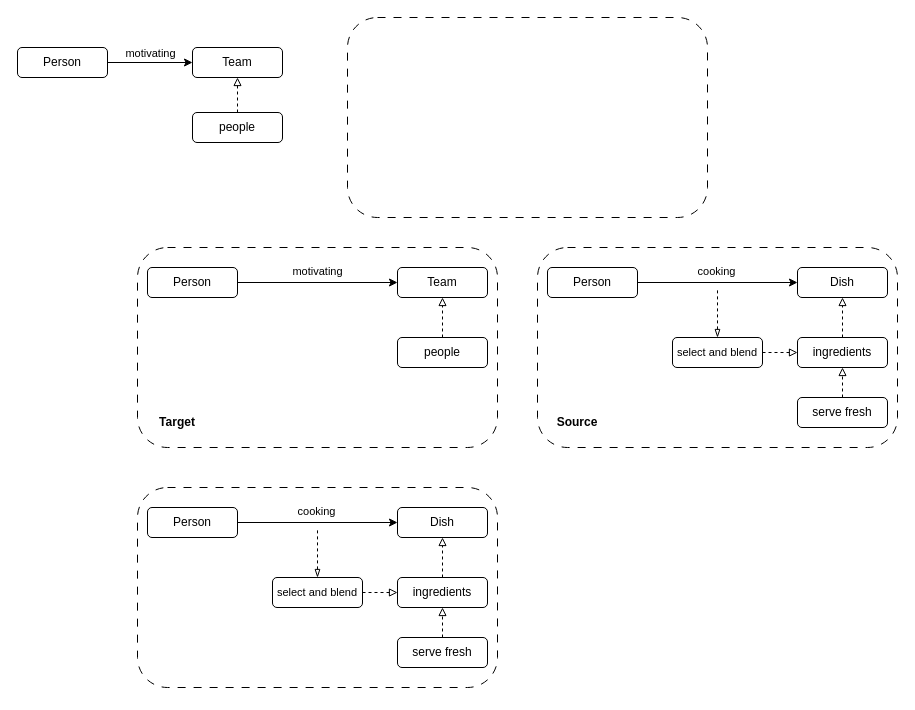
This is KBAI_H3.drawio from andymakesapps/diagrams, a draw.io file, before an edit. Source tidied: cells renumbered, new cells numbered last; positions are measured from the earlier drawing's top-left corner, leaving out a move shared by most shapes. Both pictures are drawn from the tidied source at 100%, with x=0, y=0 at pixel (17, 17).
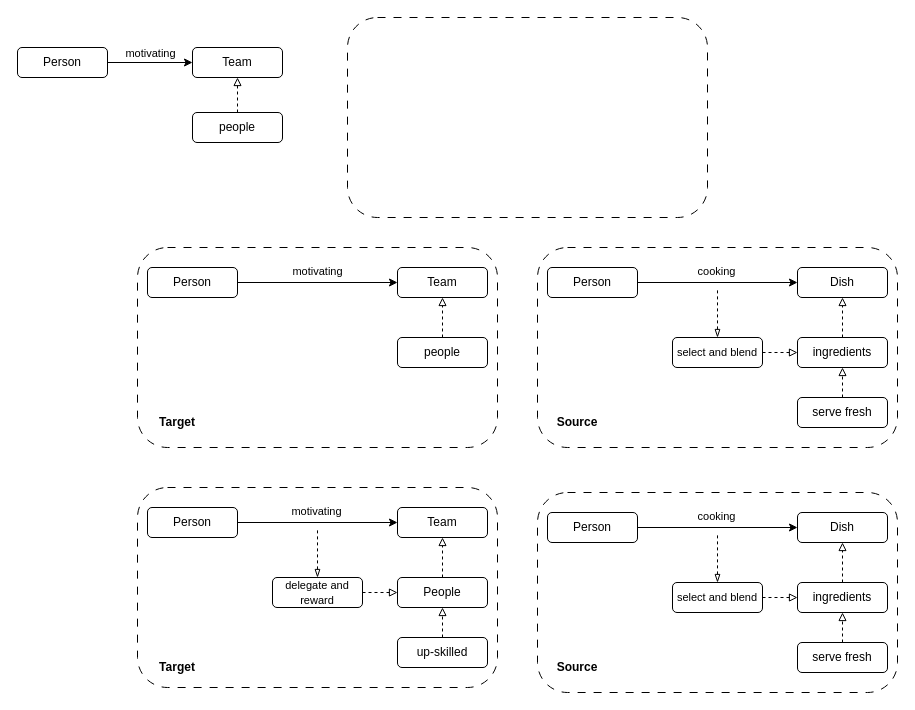
The same diagram, later.

The change refers to these unchanged cells:
```xml
<mxCell id="27" value="Person" style="rounded=1;whiteSpace=wrap;html=1;" parent="1" vertex="1">
  <mxGeometry x="130" y="490" width="90" height="30" as="geometry" />
</mxCell>
```

Diff of the diagram source:
```diff
@@
-    <mxCell id="26" value="cooking" style="edgeStyle=orthogonalEdgeStyle;rounded=0;jettySize=auto;html=1;exitX=1;exitY=0.5;exitDx=0;exitDy=0;entryX=0;entryY=0.5;entryDx=0;entryDy=0;" parent="1" edge="1" source="27" target="28">
+    <mxCell id="26" value="motivating" style="edgeStyle=orthogonalEdgeStyle;rounded=0;jettySize=auto;html=1;exitX=1;exitY=0.5;exitDx=0;exitDy=0;entryX=0;entryY=0.5;entryDx=0;entryDy=0;" parent="1" edge="1" source="27" target="28">
       <mxGeometry x="-0.01" y="11" relative="1" as="geometry" />
     </mxCell>
@@
-    <mxCell id="28" value="Dish" style="rounded=1;whiteSpace=wrap;html=1;" parent="1" vertex="1">
+    <mxCell id="28" value="Team" style="rounded=1;whiteSpace=wrap;html=1;" parent="1" vertex="1">
       <mxGeometry x="380" y="490" width="90" height="30" as="geometry" />
     </mxCell>
@@
-    <mxCell id="30" value="ingredients" style="rounded=1;whiteSpace=wrap;html=1;" parent="1" vertex="1">
+    <mxCell id="30" value="People" style="rounded=1;whiteSpace=wrap;html=1;" parent="1" vertex="1">
       <mxGeometry x="380" y="560" width="90" height="30" as="geometry" />
     </mxCell>
@@
-    <mxCell id="33" value="&lt;font style=&quot;font-size: 11px;&quot;&gt;select and blend&lt;/font&gt;" style="rounded=1;whiteSpace=wrap;html=1;" parent="1" vertex="1">
+    <mxCell id="33" value="&lt;font style=&quot;font-size: 11px;&quot;&gt;delegate and reward&lt;/font&gt;" style="rounded=1;whiteSpace=wrap;html=1;" parent="1" vertex="1">
       <mxGeometry x="255" y="560" width="90" height="30" as="geometry" />
     </mxCell>
@@
-    <mxCell id="35" value="serve fresh" style="rounded=1;whiteSpace=wrap;html=1;" parent="1" vertex="1">
+    <mxCell id="35" value="up-skilled" style="rounded=1;whiteSpace=wrap;html=1;" parent="1" vertex="1">
       <mxGeometry x="380" y="620" width="90" height="30" as="geometry" />
     </mxCell>
@@
+    <mxCell id="38" style="rounded=1;whiteSpace=wrap;html=1;fillColor=none;dashed=1;strokeColor=default;dashPattern=8 8;" parent="1" vertex="1">
+      <mxGeometry x="520" y="475" width="360" height="200" as="geometry" />
+    </mxCell>
+    <mxCell id="39" value="cooking" style="edgeStyle=orthogonalEdgeStyle;rounded=0;jettySize=auto;html=1;exitX=1;exitY=0.5;exitDx=0;exitDy=0;entryX=0;entryY=0.5;entryDx=0;entryDy=0;" parent="1" edge="1" source="40" target="41">
+      <mxGeometry x="-0.01" y="11" relative="1" as="geometry" />
+    </mxCell>
+    <mxCell id="40" value="Person" style="rounded=1;whiteSpace=wrap;html=1;" parent="1" vertex="1">
+      <mxGeometry x="530" y="495" width="90" height="30" as="geometry" />
+    </mxCell>
+    <mxCell id="41" value="Dish" style="rounded=1;whiteSpace=wrap;html=1;" parent="1" vertex="1">
+      <mxGeometry x="780" y="495" width="90" height="30" as="geometry" />
+    </mxCell>
+    <mxCell id="42" style="edgeStyle=orthogonalEdgeStyle;rounded=0;jettySize=auto;html=1;exitX=0.5;exitY=0;exitDx=0;exitDy=0;entryX=0.5;entryY=1;entryDx=0;entryDy=0;dashed=1;endArrow=block;endFill=0;" parent="1" edge="1" source="43" target="41">
+      <mxGeometry relative="1" as="geometry" />
+    </mxCell>
+    <mxCell id="43" value="ingredients" style="rounded=1;whiteSpace=wrap;html=1;" parent="1" vertex="1">
+      <mxGeometry x="780" y="565" width="90" height="30" as="geometry" />
+    </mxCell>
+    <mxCell id="44" style="edgeStyle=orthogonalEdgeStyle;rounded=0;jettySize=auto;html=1;exitX=0.5;exitY=0;exitDx=0;exitDy=0;startArrow=blockThin;startFill=0;endArrow=none;endFill=0;dashed=1;" parent="1" edge="1" source="46">
+      <mxGeometry relative="1" as="geometry">
+        <mxPoint x="700" y="515" as="targetPoint" />
+      </mxGeometry>
+    </mxCell>
+    <mxCell id="45" style="edgeStyle=orthogonalEdgeStyle;rounded=0;jettySize=auto;html=1;exitX=1;exitY=0.5;exitDx=0;exitDy=0;entryX=0;entryY=0.5;entryDx=0;entryDy=0;endArrow=block;endFill=0;dashed=1;" parent="1" edge="1" source="46" target="43">
+      <mxGeometry relative="1" as="geometry" />
+    </mxCell>
+    <mxCell id="46" value="&lt;font style=&quot;font-size: 11px;&quot;&gt;select and blend&lt;/font&gt;" style="rounded=1;whiteSpace=wrap;html=1;" parent="1" vertex="1">
+      <mxGeometry x="655" y="565" width="90" height="30" as="geometry" />
+    </mxCell>
+    <mxCell id="47" style="edgeStyle=orthogonalEdgeStyle;rounded=0;jettySize=auto;html=1;exitX=0.5;exitY=0;exitDx=0;exitDy=0;dashed=1;endArrow=block;endFill=0;entryX=0.5;entryY=1;entryDx=0;entryDy=0;" parent="1" edge="1" source="48" target="43">
+      <mxGeometry relative="1" as="geometry" />
+    </mxCell>
+    <mxCell id="48" value="serve fresh" style="rounded=1;whiteSpace=wrap;html=1;" parent="1" vertex="1">
+      <mxGeometry x="780" y="625" width="90" height="30" as="geometry" />
+    </mxCell>
+    <mxCell id="49" value="&lt;b&gt;Source&lt;/b&gt;" style="text;html=1;strokeColor=none;fillColor=none;align=center;verticalAlign=middle;whiteSpace=wrap;rounded=0;" parent="1" vertex="1">
+      <mxGeometry x="530" y="635" width="60" height="30" as="geometry" />
+    </mxCell>
+    <mxCell id="50" value="&lt;b&gt;Target&lt;/b&gt;" style="text;html=1;strokeColor=none;fillColor=none;align=center;verticalAlign=middle;whiteSpace=wrap;rounded=0;" parent="1" vertex="1">
+      <mxGeometry x="130" y="635" width="60" height="30" as="geometry" />
+    </mxCell>
```
